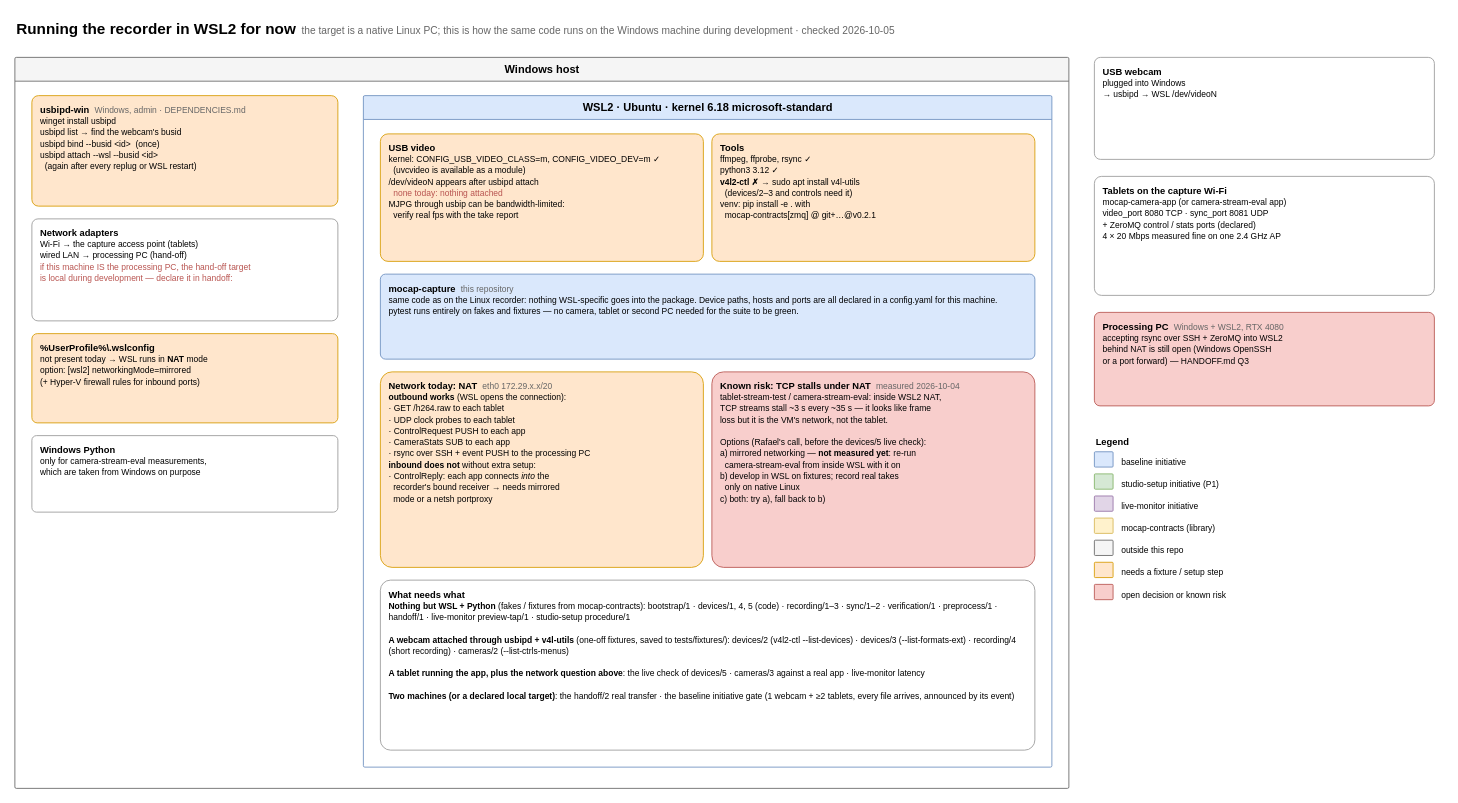
Earlier version of the draw.io diagram page "3 · Dev setup (WSL2)" (3 of 4) of docs/recorder-pc.drawio (rafaelchiafarelli/mocap-capture). Source tidied: cells renumbered, new cells numbered last; positions are measured from the earlier drawing's top-left corner, leaving out a move shared by most shapes. Both pictures are drawn from the tidied source at 85%, with x=0, y=0 at pixel (14, 14).
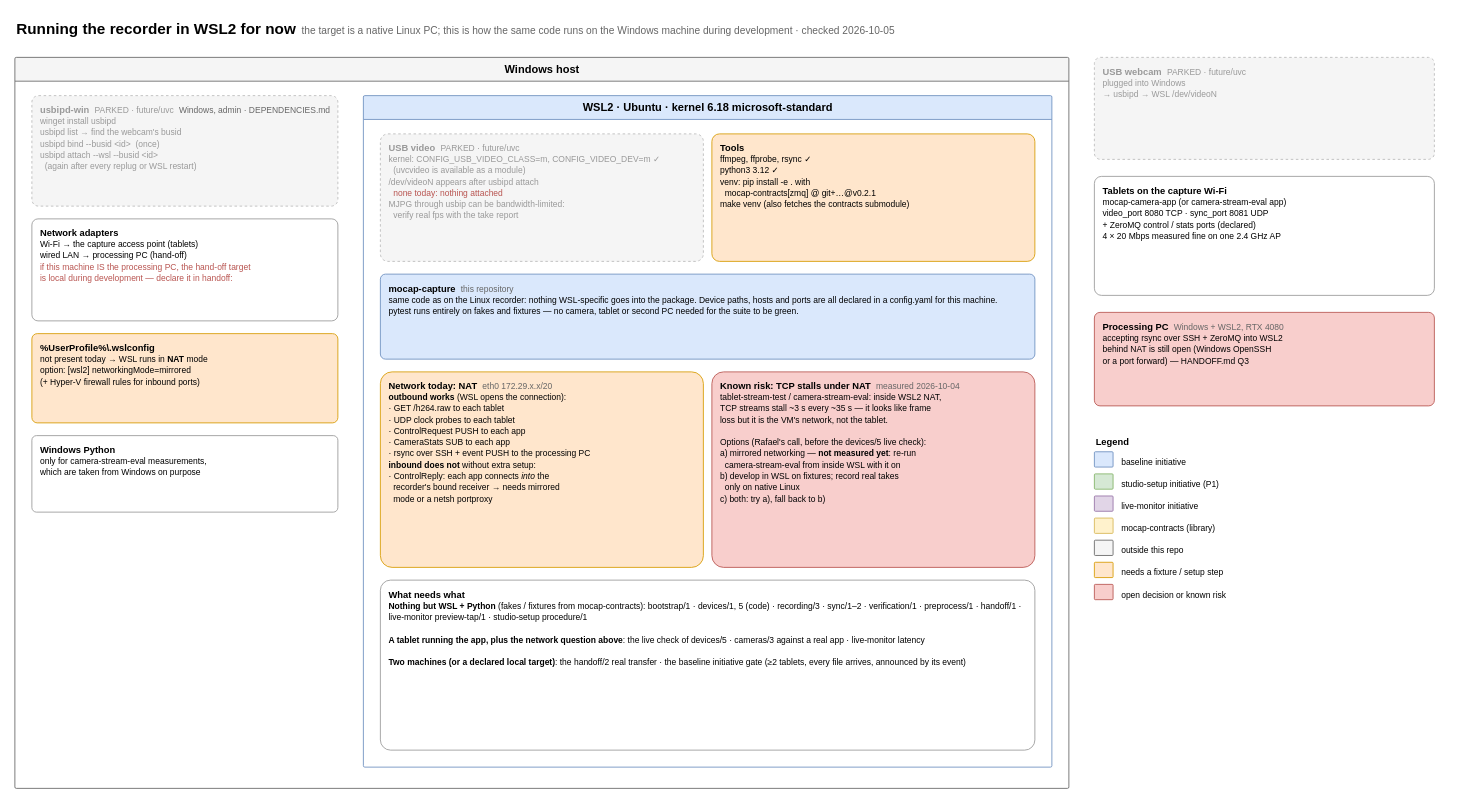
The same page after the edit.

The change refers to these unchanged cells:
```xml
<mxCell id="3" value="Windows host" style="swimlane;html=1;startSize=28;rounded=1;arcSize=2;fontSize=13;fontStyle=1;swimlaneFillColor=none;fillColor=#f5f5f5;strokeColor=#666666;" parent="1" vertex="1">
  <mxGeometry y="50" width="1240" height="860" as="geometry" />
</mxCell>
<mxCell id="8" value="WSL2 · Ubuntu · kernel 6.18 microsoft-standard" style="swimlane;html=1;startSize=28;rounded=1;arcSize=2;fontSize=13;fontStyle=1;swimlaneFillColor=none;fillColor=#dae8fc;strokeColor=#6c8ebf;" parent="3" vertex="1">
  <mxGeometry x="410" y="45" width="810" height="790" as="geometry" />
</mxCell>
```

The edit, as a diff of the source:
```diff
@@
-    <mxCell id="4" value="&lt;b&gt;usbipd-win&lt;/b&gt; &amp;nbsp;&lt;font color='#666666' style='font-size:10px'&gt;Windows, admin · DEPENDENCIES.md&lt;/font&gt;&lt;br&gt;&lt;font style='font-size:10px'&gt;winget install usbipd&lt;br&gt;usbipd list → find the webcam's busid&lt;br&gt;usbipd bind --busid &amp;lt;id&amp;gt; &amp;nbsp;(once)&lt;br&gt;usbipd attach --wsl --busid &amp;lt;id&amp;gt;&lt;br&gt;&amp;nbsp;&amp;nbsp;(again after every replug or WSL restart)&lt;/font&gt;" style="rounded=1;whiteSpace=wrap;html=1;arcSize=6;align=left;verticalAlign=top;spacingLeft=8;spacingTop=4;fontSize=11;fillColor=#ffe6cc;strokeColor=#d79b00;" parent="3" vertex="1">
+    <mxCell id="4" value="&lt;b&gt;usbipd-win&lt;/b&gt; &amp;nbsp;&lt;font color='#999999' style='font-size:10px'&gt;PARKED · future/uvc&lt;/font&gt; &amp;nbsp;&lt;font color='#666666' style='font-size:10px'&gt;Windows, admin · DEPENDENCIES.md&lt;/font&gt;&lt;br&gt;&lt;font style='font-size:10px'&gt;winget install usbipd&lt;br&gt;usbipd list → find the webcam's busid&lt;br&gt;usbipd bind --busid &amp;lt;id&amp;gt; &amp;nbsp;(once)&lt;br&gt;usbipd attach --wsl --busid &amp;lt;id&amp;gt;&lt;br&gt;&amp;nbsp;&amp;nbsp;(again after every replug or WSL restart)&lt;/font&gt;" style="rounded=1;whiteSpace=wrap;html=1;arcSize=6;align=left;verticalAlign=top;spacingLeft=8;spacingTop=4;fontSize=11;fillColor=#f5f5f5;strokeColor=#bbbbbb;fontColor=#999999;dashed=1;" parent="3" vertex="1">
       <mxGeometry x="20" y="45" width="360" height="130" as="geometry" />
     </mxCell>
@@
-    <mxCell id="9" value="&lt;b&gt;USB video&lt;/b&gt;&lt;br&gt;&lt;font style='font-size:10px'&gt;kernel: CONFIG_USB_VIDEO_CLASS=m, CONFIG_VIDEO_DEV=m ✓&lt;br&gt;&amp;nbsp;&amp;nbsp;(uvcvideo is available as a module)&lt;br&gt;/dev/videoN appears after usbipd attach&lt;br&gt;&amp;nbsp;&amp;nbsp;&lt;font color='#b85450'&gt;none today: nothing attached&lt;/font&gt;&lt;br&gt;MJPG through usbip can be bandwidth-limited:&lt;br&gt;&amp;nbsp;&amp;nbsp;verify real fps with the take report&lt;/font&gt;" style="rounded=1;whiteSpace=wrap;html=1;arcSize=6;align=left;verticalAlign=top;spacingLeft=8;spacingTop=4;fontSize=11;fillColor=#ffe6cc;strokeColor=#d79b00;" parent="8" vertex="1">
+    <mxCell id="9" value="&lt;b&gt;USB video&lt;/b&gt; &amp;nbsp;&lt;font color='#999999' style='font-size:10px'&gt;PARKED · future/uvc&lt;/font&gt;&lt;br&gt;&lt;font style='font-size:10px'&gt;kernel: CONFIG_USB_VIDEO_CLASS=m, CONFIG_VIDEO_DEV=m ✓&lt;br&gt;&amp;nbsp;&amp;nbsp;(uvcvideo is available as a module)&lt;br&gt;/dev/videoN appears after usbipd attach&lt;br&gt;&amp;nbsp;&amp;nbsp;&lt;font color='#b85450'&gt;none today: nothing attached&lt;/font&gt;&lt;br&gt;MJPG through usbip can be bandwidth-limited:&lt;br&gt;&amp;nbsp;&amp;nbsp;verify real fps with the take report&lt;/font&gt;" style="rounded=1;whiteSpace=wrap;html=1;arcSize=6;align=left;verticalAlign=top;spacingLeft=8;spacingTop=4;fontSize=11;fillColor=#f5f5f5;strokeColor=#bbbbbb;fontColor=#999999;dashed=1;" parent="8" vertex="1">
       <mxGeometry x="20" y="45" width="380" height="150" as="geometry" />
     </mxCell>
-    <mxCell id="10" value="&lt;b&gt;Tools&lt;/b&gt;&lt;br&gt;&lt;font style='font-size:10px'&gt;ffmpeg, ffprobe, rsync ✓&lt;br&gt;python3 3.12 ✓&lt;br&gt;&lt;b&gt;v4l2-ctl ✗&lt;/b&gt; → sudo apt install v4l-utils&lt;br&gt;&amp;nbsp;&amp;nbsp;(devices/2–3 and controls need it)&lt;br&gt;venv: pip install -e . with&lt;br&gt;&amp;nbsp;&amp;nbsp;mocap-contracts[zmq] @ git+…@v0.2.1&lt;/font&gt;" style="rounded=1;whiteSpace=wrap;html=1;arcSize=6;align=left;verticalAlign=top;spacingLeft=8;spacingTop=4;fontSize=11;fillColor=#ffe6cc;strokeColor=#d79b00;" parent="8" vertex="1">
+    <mxCell id="10" value="&lt;b&gt;Tools&lt;/b&gt;&lt;br&gt;&lt;font style='font-size:10px'&gt;ffmpeg, ffprobe, rsync ✓&lt;br&gt;python3 3.12 ✓&lt;br&gt;venv: pip install -e . with&lt;br&gt;&amp;nbsp;&amp;nbsp;mocap-contracts[zmq] @ git+…@v0.2.1&lt;br&gt;make venv (also fetches the contracts submodule)&lt;/font&gt;" style="rounded=1;whiteSpace=wrap;html=1;arcSize=6;align=left;verticalAlign=top;spacingLeft=8;spacingTop=4;fontSize=11;fillColor=#ffe6cc;strokeColor=#d79b00;" parent="8" vertex="1">
       <mxGeometry x="410" y="45" width="380" height="150" as="geometry" />
     </mxCell>
@@
-    <mxCell id="14" value="&lt;b&gt;What needs what&lt;/b&gt;&lt;br&gt;&lt;font style='font-size:10px'&gt;&lt;b&gt;Nothing but WSL + Python&lt;/b&gt; (fakes / fixtures from mocap-contracts): bootstrap/1 · devices/1, 4, 5 (code) · recording/1–3 · sync/1–2 · verification/1 · preprocess/1 · handoff/1 · live-monitor preview-tap/1 · studio-setup procedure/1&lt;br&gt;&lt;br&gt;&lt;b&gt;A webcam attached through usbipd + v4l-utils&lt;/b&gt; (one-off fixtures, saved to tests/fixtures/): devices/2 (v4l2-ctl --list-devices) · devices/3 (--list-formats-ext) · recording/4 (short recording) · cameras/2 (--list-ctrls-menus)&lt;br&gt;&lt;br&gt;&lt;b&gt;A tablet running the app, plus the network question above&lt;/b&gt;: the live check of devices/5 · cameras/3 against a real app · live-monitor latency&lt;br&gt;&lt;br&gt;&lt;b&gt;Two machines (or a declared local target)&lt;/b&gt;: the handoff/2 real transfer · the baseline initiative gate (1 webcam + ≥2 tablets, every file arrives, announced by its event)&lt;/font&gt;" style="rounded=1;whiteSpace=wrap;html=1;arcSize=6;align=left;verticalAlign=top;spacingLeft=8;spacingTop=4;fontSize=11;fillColor=#ffffff;strokeColor=#999999;" parent="8" vertex="1">
+    <mxCell id="14" value="&lt;b&gt;What needs what&lt;/b&gt;&lt;br&gt;&lt;font style='font-size:10px'&gt;&lt;b&gt;Nothing but WSL + Python&lt;/b&gt; (fakes / fixtures from mocap-contracts): bootstrap/1 · devices/1, 5 (code) · recording/3 · sync/1–2 · verification/1 · preprocess/1 · handoff/1 · live-monitor preview-tap/1 · studio-setup procedure/1&lt;br&gt;&lt;br&gt;&lt;b&gt;A tablet running the app, plus the network question above&lt;/b&gt;: the live check of devices/5 · cameras/3 against a real app · live-monitor latency&lt;br&gt;&lt;br&gt;&lt;b&gt;Two machines (or a declared local target)&lt;/b&gt;: the handoff/2 real transfer · the baseline initiative gate (≥2 tablets, every file arrives, announced by its event)&lt;/font&gt;" style="rounded=1;whiteSpace=wrap;html=1;arcSize=6;align=left;verticalAlign=top;spacingLeft=8;spacingTop=4;fontSize=11;fillColor=#ffffff;strokeColor=#999999;" parent="8" vertex="1">
       <mxGeometry x="20" y="570" width="770" height="200" as="geometry" />
     </mxCell>
-    <mxCell id="15" value="&lt;b&gt;USB webcam&lt;/b&gt;&lt;br&gt;&lt;font style='font-size:10px'&gt;plugged into Windows&lt;br&gt;→ usbipd → WSL /dev/videoN&lt;/font&gt;" style="rounded=1;whiteSpace=wrap;html=1;arcSize=6;align=left;verticalAlign=top;spacingLeft=8;spacingTop=4;fontSize=11;fillColor=#ffffff;strokeColor=#999999;" parent="1" vertex="1">
+    <mxCell id="15" value="&lt;b&gt;USB webcam&lt;/b&gt; &amp;nbsp;&lt;font color='#999999' style='font-size:10px'&gt;PARKED · future/uvc&lt;/font&gt;&lt;br&gt;&lt;font style='font-size:10px'&gt;plugged into Windows&lt;br&gt;→ usbipd → WSL /dev/videoN&lt;/font&gt;" style="rounded=1;whiteSpace=wrap;html=1;arcSize=6;align=left;verticalAlign=top;spacingLeft=8;spacingTop=4;fontSize=11;fillColor=#f5f5f5;strokeColor=#bbbbbb;fontColor=#999999;dashed=1;" parent="1" vertex="1">
       <mxGeometry x="1270" y="50" width="400" height="120" as="geometry" />
     </mxCell>
```
